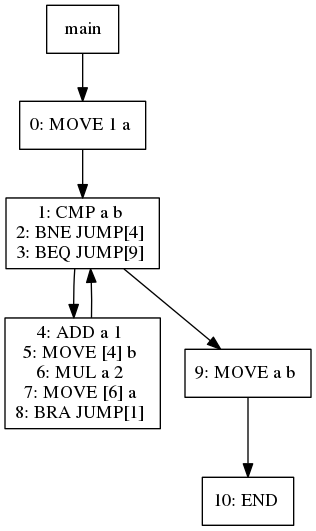
Earlier version of the Graphviz export viz/test014.dot.png (jiahanwang/PL241-Compiler). Its source is kept beside it as viz/test014.dot.
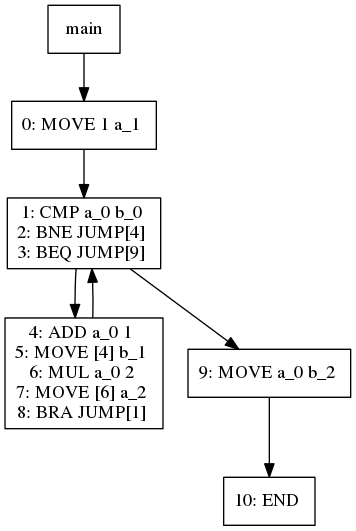
The same diagram one commit later.

Diff of the diagram source:
```diff
@@ -1,26 +1,26 @@
 digraph test014 {
 node [shape=box]
-256[label="main"]
-256 -> 258
-258[label="0: MOVE 1 a
+1[label="main"]
+1 -> 3
+3[label="0: MOVE 1 a_1
 "]
-258 -> 259
-259[label="1: CMP a b
+3 -> 4
+4[label="1: CMP a_0 b_0
 2: BNE JUMP[4]
 3: BEQ JUMP[9]
 "]
-259 -> 261
-261[label="4: ADD a 1
-5: MOVE [4] b
-6: MUL a 2
-7: MOVE [6] a
+4 -> 6
+6[label="4: ADD a_0 1
+5: MOVE [4] b_1
+6: MUL a_0 2
+7: MOVE [6] a_2
 8: BRA JUMP[1]
 "]
-261 -> 259
-259 -> 260
-260[label="9: MOVE a b
+6 -> 4
+4 -> 5
+5[label="9: MOVE a_0 b_2
 "]
-260 -> 264
-264[label="10: END
+5 -> 9
+9[label="10: END
 "]
 }
```
